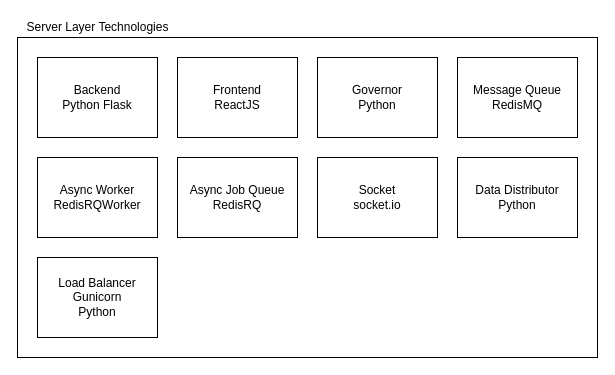
Zachaccino/Thesis-Paper keeps this draw.io diagram as drawios/c3-composition-2.drawio. Above is the earlier version. Source tidied: cells renumbered, new cells numbered last; positions are measured from the earlier drawing's top-left corner, leaving out a move shared by most shapes. Both pictures are drawn from the tidied source at 100%, with x=0, y=0 at pixel (17, 17).
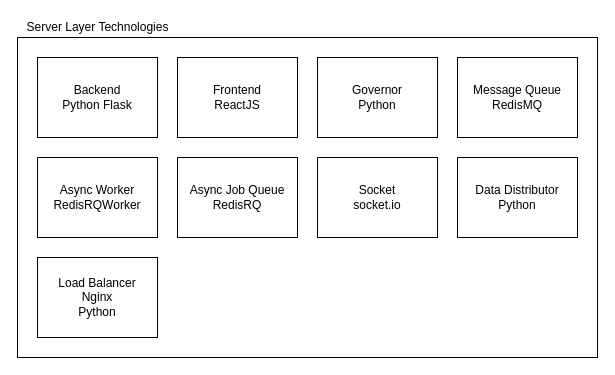
After the change.

Change to the diagram source:
```diff
@@
 <mxGraphModel>
   <root>
     <mxCell id="0" />
     <mxCell id="1" parent="0" />
     <mxCell id="2" style="rounded=0;whiteSpace=wrap;html=1;" parent="1" vertex="1">
       <mxGeometry y="20" width="580" height="320" as="geometry" />
     </mxCell>
     <mxCell id="3" value="Server Layer Technologies" style="text;html=1;align=center;verticalAlign=middle;" parent="1" vertex="1">
       <mxGeometry width="160" height="20" as="geometry" />
     </mxCell>
     <mxCell id="4" value="Backend&lt;br&gt;Python Flask" style="rounded=0;whiteSpace=wrap;html=1;" parent="1" vertex="1">
       <mxGeometry x="20" y="40" width="120" height="80" as="geometry" />
     </mxCell>
     <mxCell id="5" value="Frontend&lt;br&gt;ReactJS" style="rounded=0;whiteSpace=wrap;html=1;" parent="1" vertex="1">
       <mxGeometry x="160" y="40" width="120" height="80" as="geometry" />
     </mxCell>
     <mxCell id="6" value="Governor&lt;br&gt;Python" style="rounded=0;whiteSpace=wrap;html=1;" parent="1" vertex="1">
       <mxGeometry x="300" y="40" width="120" height="80" as="geometry" />
     </mxCell>
     <mxCell id="7" value="Message Queue&lt;br&gt;RedisMQ" style="rounded=0;whiteSpace=wrap;html=1;" parent="1" vertex="1">
       <mxGeometry x="440" y="40" width="120" height="80" as="geometry" />
     </mxCell>
     <mxCell id="8" value="Async Worker&lt;br&gt;RedisRQWorker" style="rounded=0;whiteSpace=wrap;html=1;" parent="1" vertex="1">
       <mxGeometry x="20" y="140" width="120" height="80" as="geometry" />
     </mxCell>
     <mxCell id="9" value="Async Job Queue&lt;br&gt;RedisRQ" style="rounded=0;whiteSpace=wrap;html=1;" parent="1" vertex="1">
       <mxGeometry x="160" y="140" width="120" height="80" as="geometry" />
     </mxCell>
     <mxCell id="10" value="Socket&lt;br&gt;socket.io" style="rounded=0;whiteSpace=wrap;html=1;" parent="1" vertex="1">
       <mxGeometry x="300" y="140" width="120" height="80" as="geometry" />
     </mxCell>
     <mxCell id="11" value="Data Distributor&lt;br&gt;Python" style="rounded=0;whiteSpace=wrap;html=1;" parent="1" vertex="1">
       <mxGeometry x="440" y="140" width="120" height="80" as="geometry" />
     </mxCell>
-    <mxCell id="12" value="Load Balancer&lt;br&gt;Gunicorn&lt;br&gt;Python" style="rounded=0;whiteSpace=wrap;html=1;" parent="1" vertex="1">
+    <mxCell id="12" value="Load Balancer&lt;br&gt;Nginx&lt;br&gt;Python" style="rounded=0;whiteSpace=wrap;html=1;" parent="1" vertex="1">
       <mxGeometry x="20" y="240" width="120" height="80" as="geometry" />
     </mxCell>
   </root>
 </mxGraphModel>
```
